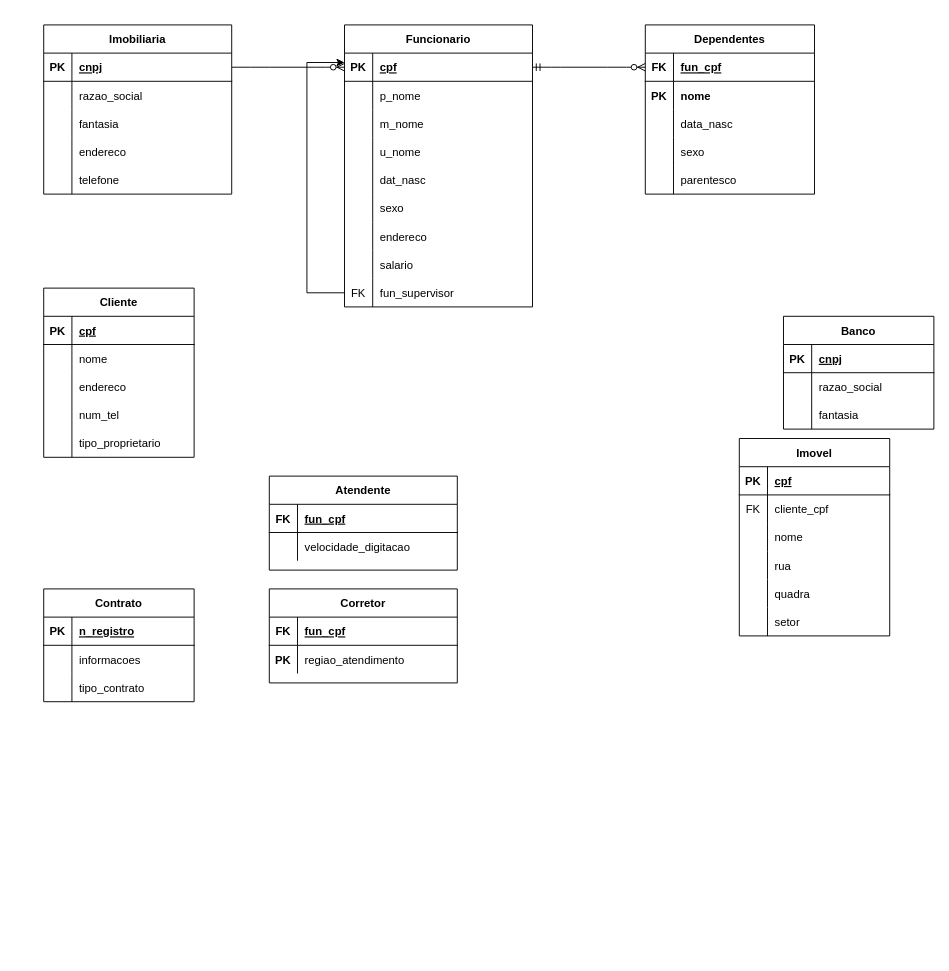
felipe-sartes/felipemelo keeps this draw.io diagram as Trabalho_BD_MER.drawio. Above is the earlier version. Source tidied: cells renumbered, new cells numbered last; positions are measured from the earlier drawing's top-left corner, leaving out a move shared by most shapes. Both pictures are drawn from the tidied source at 94%, with x=0, y=0 at pixel (43, 24).
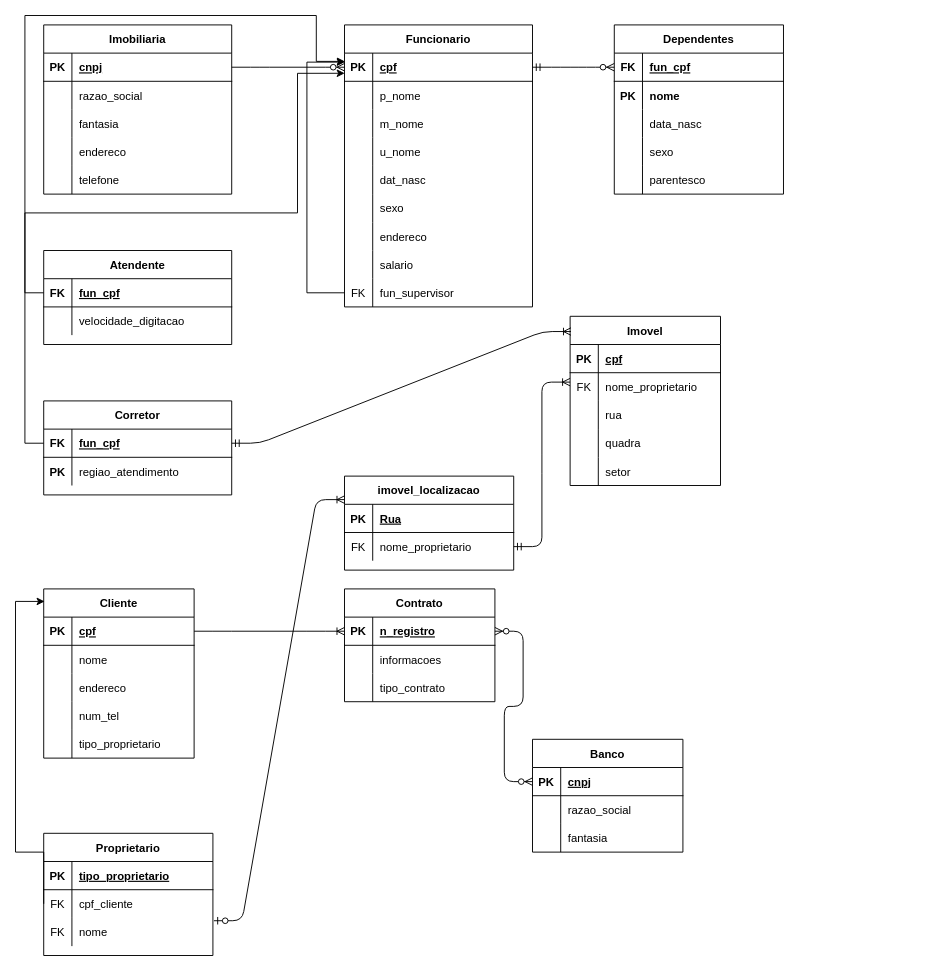
Above is the later version.

The change refers to these unchanged cells:
```xml
<mxCell id="18" value="Funcionario" style="shape=table;startSize=30;childLayout=tableLayout;rowLines=0;fontStyle=1;align=center;" parent="1" vertex="1">
  <mxGeometry x="320" width="200" height="300" as="geometry" />
</mxCell>
<mxCell id="19" style="shape=partialRectangle;fillColor=none;top=0;left=0;bottom=1;right=0;points=[[0,0.5],[1,0.5]];portConstraint=eastwest;" parent="18" vertex="1">
  <mxGeometry y="30" width="200" height="30" as="geometry" />
</mxCell>
<mxCell id="43" style="shape=partialRectangle;fillColor=none;top=0;left=0;bottom=0;right=0;points=[[0,0.5],[1,0.5]];portConstraint=eastwest;" parent="18" vertex="1">
  <mxGeometry y="270" width="200" height="30" as="geometry" />
</mxCell>
<mxCell id="80" style="shape=partialRectangle;fillColor=none;top=0;left=0;bottom=1;right=0;points=[[0,0.5],[1,0.5]];portConstraint=eastwest;" parent="79" vertex="1">
  <mxGeometry y="30" width="160" height="30" as="geometry" />
</mxCell>
<mxCell id="90" style="shape=partialRectangle;fillColor=none;top=0;left=0;bottom=1;right=0;points=[[0,0.5],[1,0.5]];portConstraint=eastwest;" parent="89" vertex="1">
  <mxGeometry y="30" width="160" height="30" as="geometry" />
</mxCell>
<mxCell id="103" style="shape=partialRectangle;fillColor=none;top=0;left=0;bottom=0;right=0;" parent="99" vertex="1">
  <mxGeometry y="60" width="160" height="30" as="geometry" />
</mxCell>
<mxCell id="121" style="shape=partialRectangle;fillColor=none;top=0;left=0;bottom=1;right=0;points=[[0,0.5],[1,0.5]];portConstraint=eastwest;" parent="120" vertex="1">
  <mxGeometry y="30" width="200" height="30" as="geometry" />
</mxCell>
<mxCell id="128" style="shape=partialRectangle;fillColor=none;top=0;left=0;bottom=1;right=0;points=[[0,0.5],[1,0.5]];portConstraint=eastwest;" parent="127" vertex="1">
  <mxGeometry y="30" width="200" height="30" as="geometry" />
</mxCell>
```

Change to the diagram source:
```diff
@@
+    <mxCell id="134" style="edgeStyle=entityRelationEdgeStyle;fontSize=12;html=1;endArrow=ERoneToMany;startArrow=ERmandOne;exitX=1;exitY=0.75;exitDx=0;exitDy=0;" parent="1" edge="1" source="147">
+      <mxGeometry relative="1" as="geometry">
+        <mxPoint x="560" y="380" as="targetPoint" />
+      </mxGeometry>
+    </mxCell>
@@
-    <mxCell id="46" style="edgeStyle=orthogonalEdgeStyle;rounded=0;jettySize=auto;html=1;exitX=0;exitY=0.5;exitDx=0;exitDy=0;entryX=0;entryY=0.333;entryDx=0;entryDy=0;entryPerimeter=0;" parent="18" edge="1" source="43" target="19">
+    <mxCell id="46" style="edgeStyle=orthogonalEdgeStyle;rounded=0;jettySize=auto;html=1;exitX=0;exitY=0.5;exitDx=0;exitDy=0;entryX=0.001;entryY=0.32;entryDx=0;entryDy=0;entryPerimeter=0;" parent="18" edge="1" source="43" target="19">
       <mxGeometry relative="1" as="geometry">
         <Array as="points">
           <mxPoint x="-40" y="285" />
           <mxPoint x="-40" y="40" />
         </Array>
       </mxGeometry>
     </mxCell>
     <mxCell id="47" value="Dependentes" style="shape=table;startSize=30;childLayout=tableLayout;rowLines=0;fontStyle=1;align=center;" parent="1" vertex="1">
-      <mxGeometry x="640" width="180" height="180" as="geometry" />
+      <mxGeometry x="607" width="180" height="180" as="geometry" />
     </mxCell>
@@
     <mxCell id="63" value="Cliente" style="shape=table;startSize=30;childLayout=tableLayout;rowLines=0;fontStyle=1;align=center;" parent="1" vertex="1">
-      <mxGeometry y="280" width="160" height="180" as="geometry" />
+      <mxGeometry y="600" width="160" height="180" as="geometry" />
     </mxCell>
@@
     <mxCell id="79" value="Contrato" style="shape=table;startSize=30;childLayout=tableLayout;rowLines=0;fontStyle=1;align=center;" parent="1" vertex="1">
-      <mxGeometry y="600" width="160" height="120" as="geometry" />
+      <mxGeometry x="320" y="600" width="160" height="120" as="geometry" />
     </mxCell>
@@
     <mxCell id="89" value="Banco" style="shape=table;startSize=30;childLayout=tableLayout;rowLines=0;fontStyle=1;align=center;" parent="1" vertex="1">
-      <mxGeometry x="787" y="310" width="160" height="120" as="geometry" />
+      <mxGeometry x="520" y="760" width="160" height="120" as="geometry" />
     </mxCell>
@@
     <mxCell id="99" value="Imovel" style="shape=table;startSize=30;childLayout=tableLayout;rowLines=0;fontStyle=1;align=center;" parent="1" vertex="1">
-      <mxGeometry x="740" y="440" width="160" height="210" as="geometry" />
+      <mxGeometry x="560" y="310" width="160" height="180" as="geometry" />
     </mxCell>
@@
-    <mxCell id="105" value="cliente_cpf" style="shape=partialRectangle;fillColor=none;top=0;left=0;bottom=0;right=0;align=left;spacingLeft=6;overflow=hidden;" parent="103" vertex="1">
+    <mxCell id="105" value="nome_proprietario" style="shape=partialRectangle;fillColor=none;top=0;left=0;bottom=0;right=0;align=left;spacingLeft=6;overflow=hidden;" parent="103" vertex="1">
       <mxGeometry x="30" width="130" height="30" as="geometry" />
     </mxCell>
-    <mxCell id="106" style="shape=partialRectangle;fillColor=none;top=0;left=0;bottom=0;right=0;" parent="99" vertex="1">
-      <mxGeometry y="90" width="160" height="30" as="geometry" />
-    </mxCell>
-    <mxCell id="107" style="shape=partialRectangle;fillColor=none;top=0;left=0;bottom=0;right=0;overflow=hidden;" parent="106" vertex="1">
-      <mxGeometry width="30" height="30" as="geometry" />
-    </mxCell>
-    <mxCell id="108" value="nome" style="shape=partialRectangle;fillColor=none;top=0;left=0;bottom=0;right=0;align=left;spacingLeft=6;overflow=hidden;" parent="106" vertex="1">
-      <mxGeometry x="30" width="130" height="30" as="geometry" />
-    </mxCell>
     <mxCell id="109" style="shape=partialRectangle;fillColor=none;top=0;left=0;bottom=0;right=0;" parent="99" vertex="1">
-      <mxGeometry y="120" width="160" height="30" as="geometry" />
+      <mxGeometry y="90" width="160" height="30" as="geometry" />
     </mxCell>
@@
     <mxCell id="112" style="shape=partialRectangle;fillColor=none;top=0;left=0;bottom=0;right=0;" parent="99" vertex="1">
-      <mxGeometry y="150" width="160" height="30" as="geometry" />
+      <mxGeometry y="120" width="160" height="30" as="geometry" />
     </mxCell>
@@
     <mxCell id="115" style="shape=partialRectangle;fillColor=none;top=0;left=0;bottom=0;right=0;" parent="99" vertex="1">
-      <mxGeometry y="180" width="160" height="30" as="geometry" />
+      <mxGeometry y="150" width="160" height="30" as="geometry" />
     </mxCell>
@@
     <mxCell id="120" value="Atendente" style="shape=table;startSize=30;childLayout=tableLayout;rowLines=0;fontStyle=1;align=center;" parent="1" vertex="1">
-      <mxGeometry x="240" y="480" width="200" height="100" as="geometry" />
+      <mxGeometry y="240" width="200" height="100" as="geometry" />
     </mxCell>
@@
     <mxCell id="127" value="Corretor" style="shape=table;startSize=30;childLayout=tableLayout;rowLines=0;fontStyle=1;align=center;" parent="1" vertex="1">
-      <mxGeometry x="240" y="600" width="200" height="100" as="geometry" />
+      <mxGeometry y="400" width="200" height="100" as="geometry" />
     </mxCell>
@@
+    <mxCell id="135" style="edgeStyle=orthogonalEdgeStyle;rounded=0;jettySize=auto;html=1;exitX=0;exitY=0.5;exitDx=0;exitDy=0;entryX=0.002;entryY=0.294;entryDx=0;entryDy=0;entryPerimeter=0;" parent="1" edge="1" source="121" target="19">
+      <mxGeometry relative="1" as="geometry">
+        <Array as="points">
+          <mxPoint x="-20" y="285" />
+          <mxPoint x="-20" y="-10" />
+          <mxPoint x="290" y="-10" />
+          <mxPoint x="290" y="39" />
+        </Array>
+      </mxGeometry>
+    </mxCell>
+    <mxCell id="136" style="edgeStyle=orthogonalEdgeStyle;rounded=0;jettySize=auto;html=1;exitX=0;exitY=0.5;exitDx=0;exitDy=0;entryX=0.001;entryY=0.715;entryDx=0;entryDy=0;entryPerimeter=0;" parent="1" edge="1" source="128" target="19">
+      <mxGeometry relative="1" as="geometry">
+        <Array as="points">
+          <mxPoint x="-20" y="445" />
+          <mxPoint x="-20" y="200" />
+          <mxPoint x="270" y="200" />
+          <mxPoint x="270" y="51" />
+        </Array>
+      </mxGeometry>
+    </mxCell>
+    <mxCell id="137" style="edgeStyle=entityRelationEdgeStyle;fontSize=12;html=1;endArrow=ERoneToMany;startArrow=ERmandOne;entryX=0.006;entryY=0.09;entryDx=0;entryDy=0;exitX=1;exitY=0.5;exitDx=0;exitDy=0;entryPerimeter=0;" parent="1" edge="1" source="128" target="99">
+      <mxGeometry relative="1" as="geometry" />
+    </mxCell>
+    <mxCell id="138" value="Proprietario" style="shape=table;startSize=30;childLayout=tableLayout;rowLines=0;fontStyle=1;align=center;" parent="1" vertex="1">
+      <mxGeometry y="860" width="180" height="130" as="geometry" />
+    </mxCell>
+    <mxCell id="139" style="shape=partialRectangle;fillColor=none;top=0;left=0;bottom=1;right=0;" parent="138" vertex="1">
+      <mxGeometry y="30" width="180" height="30" as="geometry" />
+    </mxCell>
+    <mxCell id="140" value="PK" style="shape=partialRectangle;fillColor=none;top=0;left=0;bottom=0;right=0;fontStyle=1;overflow=hidden;" parent="139" vertex="1">
+      <mxGeometry width="30" height="30" as="geometry" />
+    </mxCell>
+    <mxCell id="141" value="tipo_proprietario" style="shape=partialRectangle;fillColor=none;top=0;left=0;bottom=0;right=0;align=left;spacingLeft=6;fontStyle=5;overflow=hidden;" parent="139" vertex="1">
+      <mxGeometry x="30" width="150" height="30" as="geometry" />
+    </mxCell>
+    <mxCell id="142" style="shape=partialRectangle;fillColor=none;top=0;left=0;bottom=0;right=0;points=[[0,0.5],[1,0.5]];portConstraint=eastwest;" parent="138" vertex="1">
+      <mxGeometry y="60" width="180" height="30" as="geometry" />
+    </mxCell>
+    <mxCell id="143" value="FK" style="shape=partialRectangle;fillColor=none;top=0;left=0;bottom=0;right=0;overflow=hidden;" parent="142" vertex="1">
+      <mxGeometry width="30" height="30" as="geometry" />
+    </mxCell>
+    <mxCell id="144" value="cpf_cliente" style="shape=partialRectangle;fillColor=none;top=0;left=0;bottom=0;right=0;align=left;spacingLeft=6;overflow=hidden;" parent="142" vertex="1">
+      <mxGeometry x="30" width="150" height="30" as="geometry" />
+    </mxCell>
+    <mxCell id="145" style="shape=partialRectangle;fillColor=none;top=0;left=0;bottom=0;right=0;" parent="138" vertex="1">
+      <mxGeometry y="90" width="180" height="30" as="geometry" />
+    </mxCell>
+    <mxCell id="146" value="FK" style="shape=partialRectangle;fillColor=none;top=0;left=0;bottom=0;right=0;overflow=hidden;" parent="145" vertex="1">
+      <mxGeometry width="30" height="30" as="geometry" />
+    </mxCell>
+    <mxCell id="108" value="nome" style="shape=partialRectangle;fillColor=none;top=0;left=0;bottom=0;right=0;align=left;spacingLeft=6;overflow=hidden;" parent="145" vertex="1">
+      <mxGeometry x="30" width="150" height="30" as="geometry" />
+    </mxCell>
+    <mxCell id="147" value="imovel_localizacao" style="shape=table;startSize=30;childLayout=tableLayout;rowLines=0;fontStyle=1;align=center;" parent="1" vertex="1">
+      <mxGeometry x="320" y="480" width="180" height="100" as="geometry" />
+    </mxCell>
+    <mxCell id="148" style="shape=partialRectangle;fillColor=none;top=0;left=0;bottom=1;right=0;" parent="147" vertex="1">
+      <mxGeometry y="30" width="180" height="30" as="geometry" />
+    </mxCell>
+    <mxCell id="149" value="PK" style="shape=partialRectangle;fillColor=none;top=0;left=0;bottom=0;right=0;fontStyle=1;overflow=hidden;" parent="148" vertex="1">
+      <mxGeometry width="30" height="30" as="geometry" />
+    </mxCell>
+    <mxCell id="150" value="Rua" style="shape=partialRectangle;fillColor=none;top=0;left=0;bottom=0;right=0;align=left;spacingLeft=6;fontStyle=5;overflow=hidden;" parent="148" vertex="1">
+      <mxGeometry x="30" width="150" height="30" as="geometry" />
+    </mxCell>
+    <mxCell id="151" style="shape=partialRectangle;fillColor=none;top=0;left=0;bottom=0;right=0;" parent="147" vertex="1">
+      <mxGeometry y="60" width="180" height="30" as="geometry" />
+    </mxCell>
+    <mxCell id="152" value="FK" style="shape=partialRectangle;fillColor=none;top=0;left=0;bottom=0;right=0;overflow=hidden;" parent="151" vertex="1">
+      <mxGeometry width="30" height="30" as="geometry" />
+    </mxCell>
+    <mxCell id="153" value="nome_proprietario" style="shape=partialRectangle;fillColor=none;top=0;left=0;bottom=0;right=0;align=left;spacingLeft=6;overflow=hidden;" parent="151" vertex="1">
+      <mxGeometry x="30" width="150" height="30" as="geometry" />
+    </mxCell>
+    <mxCell id="154" style="edgeStyle=orthogonalEdgeStyle;rounded=0;jettySize=auto;html=1;exitX=0;exitY=0.5;exitDx=0;exitDy=0;entryX=0.006;entryY=0.074;entryDx=0;entryDy=0;entryPerimeter=0;" parent="1" edge="1" source="142" target="63">
+      <mxGeometry relative="1" as="geometry">
+        <Array as="points">
+          <mxPoint y="880" />
+          <mxPoint x="-30" y="880" />
+          <mxPoint x="-30" y="613" />
+        </Array>
+      </mxGeometry>
+    </mxCell>
+    <mxCell id="155" style="edgeStyle=entityRelationEdgeStyle;fontSize=12;html=1;endArrow=ERoneToMany;entryX=0;entryY=0.5;entryDx=0;entryDy=0;exitX=1;exitY=0.25;exitDx=0;exitDy=0;" parent="1" edge="1" source="63" target="80">
+      <mxGeometry relative="1" as="geometry" />
+    </mxCell>
+    <mxCell id="156" style="edgeStyle=entityRelationEdgeStyle;fontSize=12;html=1;endArrow=ERzeroToMany;endFill=1;startArrow=ERzeroToMany;entryX=0;entryY=0.5;entryDx=0;entryDy=0;exitX=1;exitY=0.5;exitDx=0;exitDy=0;" parent="1" edge="1" source="80" target="90">
+      <mxGeometry relative="1" as="geometry" />
+    </mxCell>
+    <mxCell id="157" style="edgeStyle=entityRelationEdgeStyle;fontSize=12;html=1;endArrow=ERoneToMany;startArrow=ERzeroToOne;exitX=1.006;exitY=1.1;exitDx=0;exitDy=0;exitPerimeter=0;entryX=0;entryY=0.25;entryDx=0;entryDy=0;" parent="1" edge="1" source="142" target="147">
+      <mxGeometry relative="1" as="geometry" />
+    </mxCell>
```
